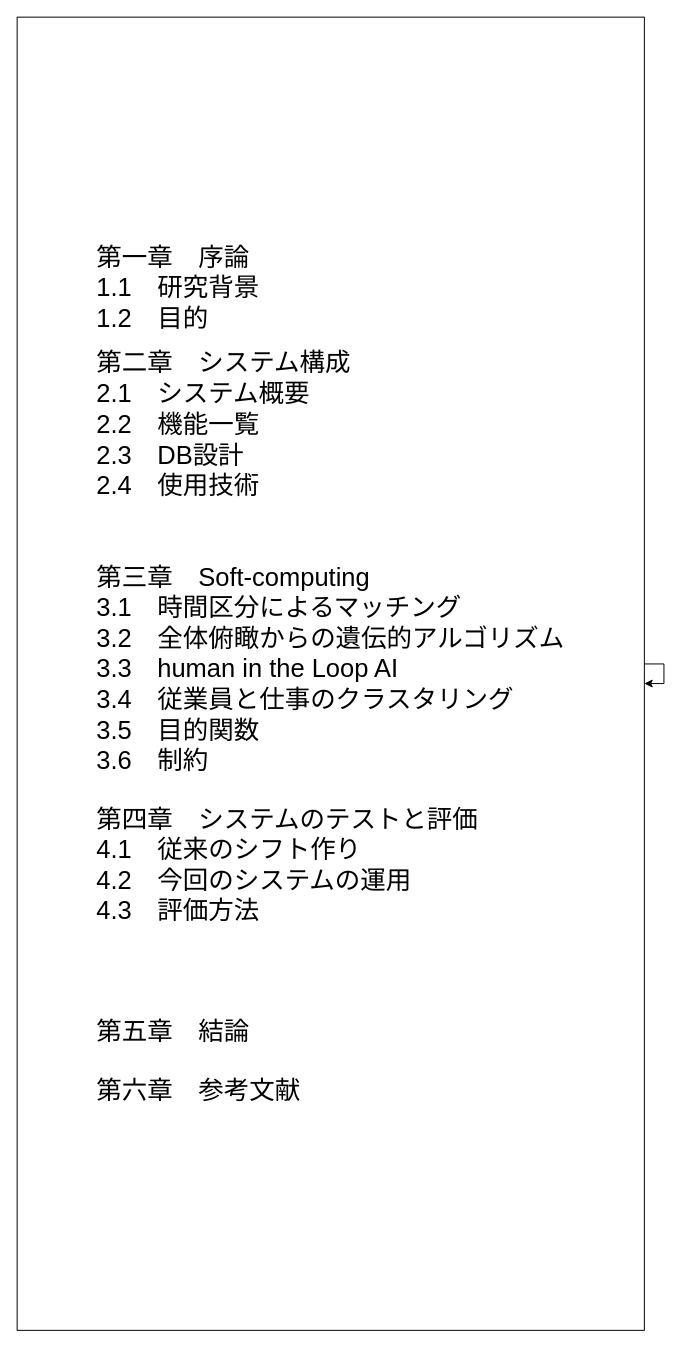
Above: 論文構想/目次.drawio in shugoY45/portfolio (draw.io), before the change. Source tidied: cells renumbered, new cells numbered last; positions are measured from the earlier drawing's top-left corner, leaving out a move shared by most shapes. Both pictures are drawn from the tidied source at 98%, with x=0, y=0 at pixel (17, 17).
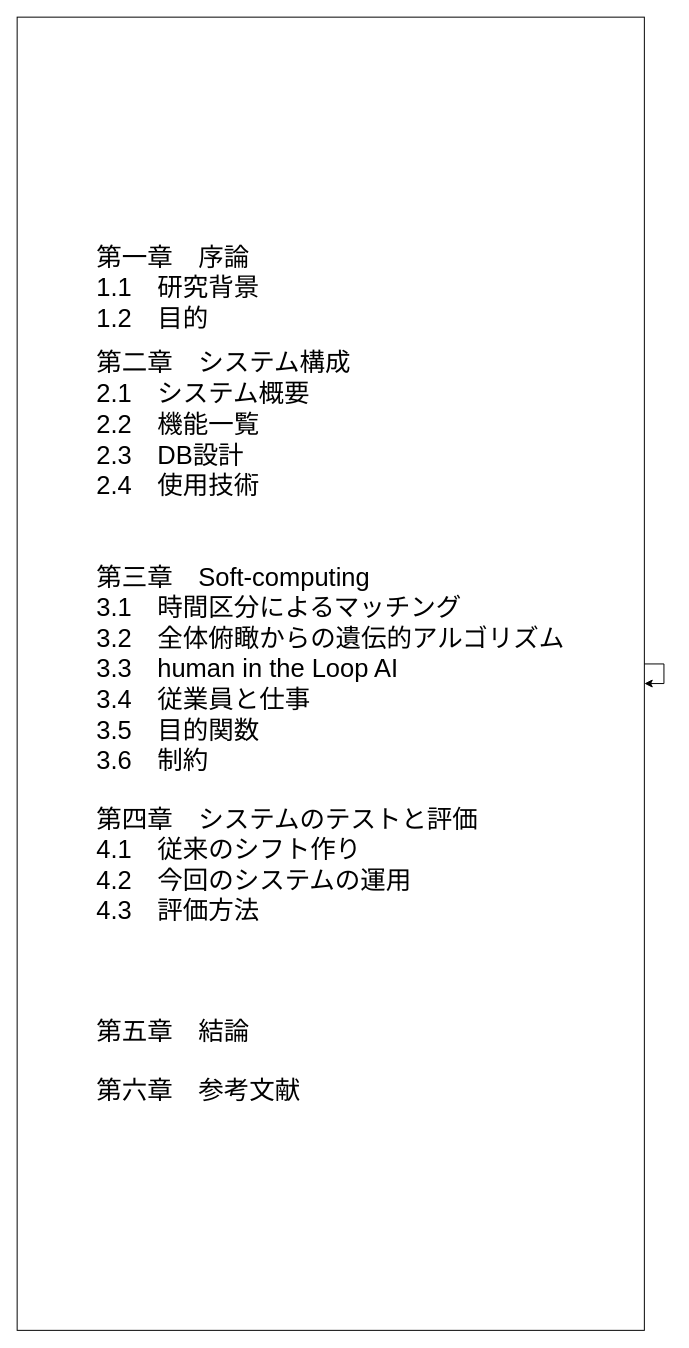
The same diagram, later.

Diff of the diagram source:
```diff
@@
 <mxGraphModel>
   <root>
     <mxCell id="0" />
     <mxCell id="1" parent="0" />
-    <mxCell id="2" value="&lt;div style=&quot;text-align: left&quot;&gt;&lt;span style=&quot;font-size: 26px&quot;&gt;第一章　序論&lt;/span&gt;&lt;/div&gt;&lt;font&gt;&lt;div style=&quot;text-align: left&quot;&gt;&lt;span style=&quot;font-size: 26px&quot;&gt;1.1　研究背景&lt;/span&gt;&lt;/div&gt;&lt;span style=&quot;font-size: 26px&quot;&gt;&lt;div style=&quot;text-align: left&quot;&gt;&lt;span&gt;1.2　目的&lt;/span&gt;&lt;/div&gt;&lt;/span&gt;&lt;div style=&quot;text-align: left&quot;&gt;&lt;br&gt;&lt;/div&gt;&lt;span style=&quot;font-size: 26px&quot;&gt;&lt;div style=&quot;text-align: left&quot;&gt;&lt;span&gt;第二章　システム構成&lt;/span&gt;&lt;/div&gt;&lt;/span&gt;&lt;span style=&quot;font-size: 26px&quot;&gt;&lt;div style=&quot;text-align: left&quot;&gt;&lt;span&gt;2.1　システム概要&lt;/span&gt;&lt;/div&gt;&lt;div style=&quot;text-align: left&quot;&gt;&lt;span&gt;2.2　機能一覧&lt;/span&gt;&lt;/div&gt;&lt;div style=&quot;text-align: left&quot;&gt;2.3　DB設計&lt;/div&gt;&lt;div style=&quot;text-align: left&quot;&gt;2.4　使用技術&lt;/div&gt;&lt;/span&gt;&lt;span style=&quot;font-size: 26px&quot;&gt;&lt;div style=&quot;text-align: left&quot;&gt;&lt;br&gt;&lt;/div&gt;&lt;/span&gt;&lt;span style=&quot;font-size: 26px&quot;&gt;&lt;div style=&quot;text-align: left&quot;&gt;&lt;span&gt;&lt;br&gt;&lt;/span&gt;&lt;/div&gt;&lt;div style=&quot;text-align: left&quot;&gt;第三章　Soft-computing&lt;span&gt;&lt;br&gt;&lt;/span&gt;&lt;/div&gt;&lt;div style=&quot;text-align: left&quot;&gt;3.1　時間区分によるマッチング&lt;/div&gt;&lt;div style=&quot;text-align: left&quot;&gt;3.2　全体俯瞰からの遺伝的アルゴリズム&lt;/div&gt;&lt;div style=&quot;text-align: left&quot;&gt;3.3　human in the Loop AI&lt;/div&gt;&lt;div style=&quot;text-align: left&quot;&gt;3.4　従業員と仕事のクラスタリング&lt;/div&gt;&lt;/span&gt;&lt;div style=&quot;text-align: left&quot;&gt;&lt;span style=&quot;text-align: center ; font-size: 26px&quot;&gt;&lt;div style=&quot;text-align: left&quot;&gt;3.5　目的関数&lt;/div&gt;&lt;/span&gt;&lt;span style=&quot;text-align: center ; font-size: 26px&quot;&gt;&lt;div style=&quot;text-align: left&quot;&gt;3.6　制約&lt;/div&gt;&lt;/span&gt;&lt;/div&gt;&lt;div style=&quot;text-align: left&quot;&gt;&lt;br&gt;&lt;/div&gt;&lt;div style=&quot;text-align: left&quot;&gt;&lt;br&gt;&lt;/div&gt;&lt;span style=&quot;font-size: 26px&quot;&gt;&lt;div style=&quot;text-align: left&quot;&gt;&lt;span&gt;第四章　システムのテストと評価&lt;/span&gt;&lt;/div&gt;&lt;/span&gt;&lt;span style=&quot;font-size: 26px&quot;&gt;&lt;div style=&quot;text-align: left&quot;&gt;&lt;span&gt;4.1　従来のシフト作り&lt;/span&gt;&lt;/div&gt;&lt;/span&gt;&lt;span style=&quot;font-size: 26px&quot;&gt;&lt;div style=&quot;text-align: left&quot;&gt;&lt;span&gt;4.2　今回のシステムの運用&lt;/span&gt;&lt;/div&gt;&lt;div style=&quot;text-align: left&quot;&gt;&lt;span&gt;4.3　評価方法&lt;/span&gt;&lt;/div&gt;&lt;/span&gt;&lt;div style=&quot;text-align: left&quot;&gt;&lt;br&gt;&lt;/div&gt;&lt;span style=&quot;font-size: 26px&quot;&gt;&lt;div style=&quot;text-align: left&quot;&gt;&lt;br&gt;&lt;/div&gt;&lt;/span&gt;&lt;div style=&quot;text-align: left&quot;&gt;&lt;span style=&quot;font-size: 26px&quot;&gt;&lt;br&gt;&lt;/span&gt;&lt;/div&gt;&lt;div style=&quot;text-align: left&quot;&gt;&lt;br&gt;&lt;/div&gt;&lt;span style=&quot;font-size: 26px&quot;&gt;&lt;div style=&quot;text-align: left&quot;&gt;&lt;span&gt;第五章　結論&lt;/span&gt;&lt;/div&gt;&lt;/span&gt;&lt;div style=&quot;text-align: left&quot;&gt;&lt;br&gt;&lt;/div&gt;&lt;div style=&quot;text-align: left&quot;&gt;&lt;br&gt;&lt;/div&gt;&lt;span style=&quot;font-size: 26px&quot;&gt;&lt;div style=&quot;text-align: left&quot;&gt;&lt;span&gt;第六章　参考文献&lt;/span&gt;&lt;/div&gt;&lt;/span&gt;&lt;/font&gt;" style="rounded=0;whiteSpace=wrap;html=1;fontStyle=0;" parent="1" vertex="1">
+    <mxCell id="2" value="&lt;div style=&quot;text-align: left&quot;&gt;&lt;span style=&quot;font-size: 26px&quot;&gt;第一章　序論&lt;/span&gt;&lt;/div&gt;&lt;font&gt;&lt;div style=&quot;text-align: left&quot;&gt;&lt;span style=&quot;font-size: 26px&quot;&gt;1.1　研究背景&lt;/span&gt;&lt;/div&gt;&lt;span style=&quot;font-size: 26px&quot;&gt;&lt;div style=&quot;text-align: left&quot;&gt;&lt;span&gt;1.2　目的&lt;/span&gt;&lt;/div&gt;&lt;/span&gt;&lt;div style=&quot;text-align: left&quot;&gt;&lt;br&gt;&lt;/div&gt;&lt;span style=&quot;font-size: 26px&quot;&gt;&lt;div style=&quot;text-align: left&quot;&gt;&lt;span&gt;第二章　システム構成&lt;/span&gt;&lt;/div&gt;&lt;/span&gt;&lt;span style=&quot;font-size: 26px&quot;&gt;&lt;div style=&quot;text-align: left&quot;&gt;&lt;span&gt;2.1　システム概要&lt;/span&gt;&lt;/div&gt;&lt;div style=&quot;text-align: left&quot;&gt;&lt;span&gt;2.2　機能一覧&lt;/span&gt;&lt;/div&gt;&lt;div style=&quot;text-align: left&quot;&gt;2.3　DB設計&lt;/div&gt;&lt;div style=&quot;text-align: left&quot;&gt;2.4　使用技術&lt;/div&gt;&lt;/span&gt;&lt;span style=&quot;font-size: 26px&quot;&gt;&lt;div style=&quot;text-align: left&quot;&gt;&lt;br&gt;&lt;/div&gt;&lt;/span&gt;&lt;span style=&quot;font-size: 26px&quot;&gt;&lt;div style=&quot;text-align: left&quot;&gt;&lt;span&gt;&lt;br&gt;&lt;/span&gt;&lt;/div&gt;&lt;div style=&quot;text-align: left&quot;&gt;第三章　Soft-computing&lt;span&gt;&lt;br&gt;&lt;/span&gt;&lt;/div&gt;&lt;div style=&quot;text-align: left&quot;&gt;3.1　時間区分によるマッチング&lt;/div&gt;&lt;div style=&quot;text-align: left&quot;&gt;3.2　全体俯瞰からの遺伝的アルゴリズム&lt;/div&gt;&lt;div style=&quot;text-align: left&quot;&gt;3.3　human in the Loop AI&lt;/div&gt;&lt;div style=&quot;text-align: left&quot;&gt;3.4　従業員と仕事&lt;/div&gt;&lt;/span&gt;&lt;div style=&quot;text-align: left&quot;&gt;&lt;span style=&quot;text-align: center ; font-size: 26px&quot;&gt;&lt;div style=&quot;text-align: left&quot;&gt;3.5　目的関数&lt;/div&gt;&lt;/span&gt;&lt;span style=&quot;text-align: center ; font-size: 26px&quot;&gt;&lt;div style=&quot;text-align: left&quot;&gt;3.6　制約&lt;/div&gt;&lt;/span&gt;&lt;/div&gt;&lt;div style=&quot;text-align: left&quot;&gt;&lt;br&gt;&lt;/div&gt;&lt;div style=&quot;text-align: left&quot;&gt;&lt;br&gt;&lt;/div&gt;&lt;span style=&quot;font-size: 26px&quot;&gt;&lt;div style=&quot;text-align: left&quot;&gt;&lt;span&gt;第四章　システムのテストと評価&lt;/span&gt;&lt;/div&gt;&lt;/span&gt;&lt;span style=&quot;font-size: 26px&quot;&gt;&lt;div style=&quot;text-align: left&quot;&gt;&lt;span&gt;4.1　従来のシフト作り&lt;/span&gt;&lt;/div&gt;&lt;/span&gt;&lt;span style=&quot;font-size: 26px&quot;&gt;&lt;div style=&quot;text-align: left&quot;&gt;&lt;span&gt;4.2　今回のシステムの運用&lt;/span&gt;&lt;/div&gt;&lt;div style=&quot;text-align: left&quot;&gt;&lt;span&gt;4.3　評価方法&lt;/span&gt;&lt;/div&gt;&lt;/span&gt;&lt;div style=&quot;text-align: left&quot;&gt;&lt;br&gt;&lt;/div&gt;&lt;span style=&quot;font-size: 26px&quot;&gt;&lt;div style=&quot;text-align: left&quot;&gt;&lt;br&gt;&lt;/div&gt;&lt;/span&gt;&lt;div style=&quot;text-align: left&quot;&gt;&lt;span style=&quot;font-size: 26px&quot;&gt;&lt;br&gt;&lt;/span&gt;&lt;/div&gt;&lt;div style=&quot;text-align: left&quot;&gt;&lt;br&gt;&lt;/div&gt;&lt;span style=&quot;font-size: 26px&quot;&gt;&lt;div style=&quot;text-align: left&quot;&gt;&lt;span&gt;第五章　結論&lt;/span&gt;&lt;/div&gt;&lt;/span&gt;&lt;div style=&quot;text-align: left&quot;&gt;&lt;br&gt;&lt;/div&gt;&lt;div style=&quot;text-align: left&quot;&gt;&lt;br&gt;&lt;/div&gt;&lt;span style=&quot;font-size: 26px&quot;&gt;&lt;div style=&quot;text-align: left&quot;&gt;&lt;span&gt;第六章　参考文献&lt;/span&gt;&lt;/div&gt;&lt;/span&gt;&lt;/font&gt;" style="rounded=0;whiteSpace=wrap;html=1;fontStyle=0;" parent="1" vertex="1">
       <mxGeometry width="640" height="1340" as="geometry" />
     </mxCell>
     <mxCell id="3" style="edgeStyle=orthogonalEdgeStyle;rounded=0;orthogonalLoop=1;jettySize=auto;html=1;" parent="1" edge="1" source="2" target="2">
       <mxGeometry relative="1" as="geometry" />
     </mxCell>
   </root>
 </mxGraphModel>
```
